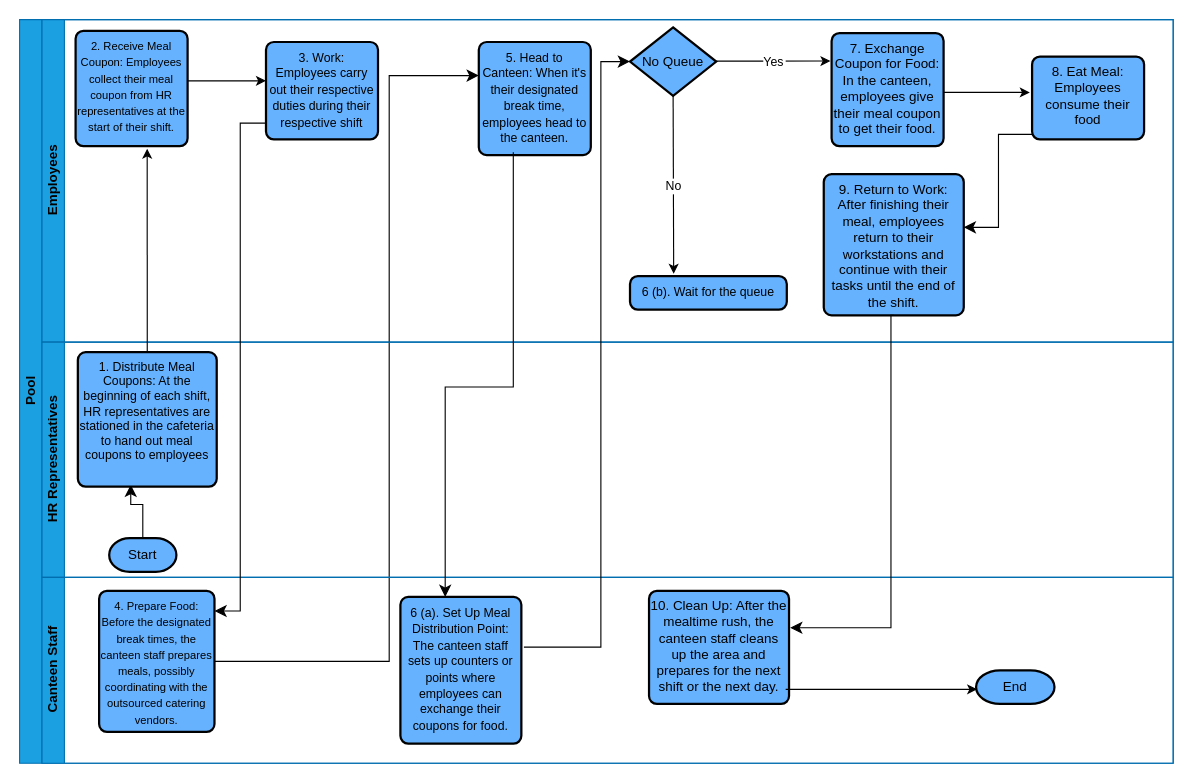
dboesono/Personal-Website keeps this draw.io diagram as page "as_is" (3 of 5) of Untitled Diagram.drawio. Above is the earlier version. Source tidied: cells renumbered, new cells numbered last; positions are measured from the earlier drawing's top-left corner, leaving out a move shared by most shapes. Both pictures are drawn from the tidied source at 112%, with x=0, y=0 at pixel (19, 19).
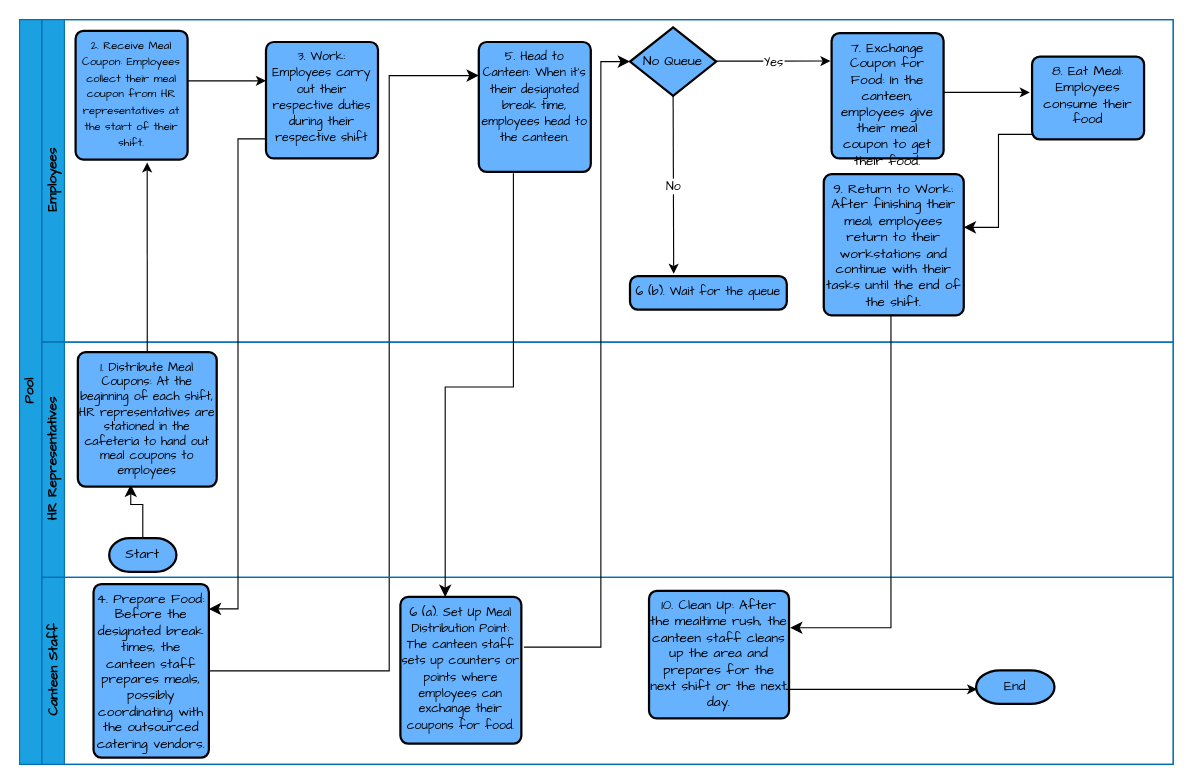
The same diagram, later.

Change to the diagram source:
```diff
@@
-    <mxCell id="2" value="&lt;font color=&quot;#000000&quot;&gt;Pool&lt;br&gt;&lt;/font&gt;" style="swimlane;html=1;horizontal=0;startSize=20;fillColor=#1ba1e2;fontColor=#ffffff;strokeColor=#006EAF;" parent="1" vertex="1">
-      <mxGeometry width="1030" height="664" as="geometry" />
+    <mxCell id="2" value="&lt;font color=&quot;#000000&quot;&gt;Pool&lt;br&gt;&lt;/font&gt;" style="swimlane;html=1;horizontal=0;startSize=20;fillColor=#1ba1e2;fontColor=#ffffff;strokeColor=#006EAF;fontFamily=Comic Sans MS;" parent="1" vertex="1">
+      <mxGeometry width="1030" height="665" as="geometry" />
     </mxCell>
-    <mxCell id="3" value="&lt;font color=&quot;#000000&quot;&gt;&lt;span style=&quot;font-size: 12px;&quot;&gt;Employees&lt;br&gt;&lt;/span&gt;&lt;/font&gt;" style="swimlane;html=1;startSize=20;horizontal=0;fillColor=#1ba1e2;strokeColor=#006EAF;fontColor=#ffffff;fontSize=8;fillStyle=auto;" parent="2" vertex="1">
+    <mxCell id="3" value="&lt;font color=&quot;#000000&quot;&gt;&lt;span style=&quot;font-size: 12px;&quot;&gt;Employees&lt;br&gt;&lt;/span&gt;&lt;/font&gt;" style="swimlane;html=1;startSize=20;horizontal=0;fillColor=#1ba1e2;strokeColor=#006EAF;fontColor=#ffffff;fontSize=8;fillStyle=auto;fontFamily=Comic Sans MS;" parent="2" vertex="1">
       <mxGeometry x="20" width="1010" height="288" as="geometry" />
     </mxCell>
-    <mxCell id="4" value="&lt;font style=&quot;font-size: 10px;&quot;&gt;2.&amp;nbsp;Receive Meal Coupon: Employees collect their meal coupon from HR representatives at the start of their shift.&lt;/font&gt;" style="rounded=1;whiteSpace=wrap;html=1;absoluteArcSize=1;arcSize=14;strokeWidth=2;align=center;verticalAlign=top;fillColor=#66B2FF;" parent="3" vertex="1">
-      <mxGeometry x="30" y="10" width="100" height="103" as="geometry" />
+    <mxCell id="4" value="&lt;font style=&quot;font-size: 10px;&quot;&gt;2.&amp;nbsp;Receive Meal Coupon: Employees collect their meal coupon from HR representatives at the start of their shift.&lt;/font&gt;" style="rounded=1;whiteSpace=wrap;html=1;absoluteArcSize=1;arcSize=14;strokeWidth=2;align=center;verticalAlign=top;fillColor=#66B2FF;fontFamily=Comic Sans MS;" parent="3" vertex="1">
+      <mxGeometry x="30" y="10" width="100" height="115" as="geometry" />
     </mxCell>
-    <mxCell id="5" style="endArrow=classic;html=1;rounded=0;strokeColor=#000000;" parent="3" edge="1">
+    <mxCell id="5" style="endArrow=classic;html=1;rounded=0;strokeColor=#000000;fontFamily=Comic Sans MS;" parent="3" edge="1">
       <mxGeometry relative="1" as="geometry">
         <mxPoint x="130" y="54.7" as="sourcePoint" />
         <mxPoint x="200" y="54.7" as="targetPoint" />
       </mxGeometry>
     </mxCell>
-    <mxCell id="6" value="&lt;font style=&quot;font-size: 11px;&quot;&gt;3. Work: Employees carry out their respective duties during their respective shift&lt;/font&gt;" style="rounded=1;whiteSpace=wrap;html=1;absoluteArcSize=1;arcSize=14;strokeWidth=2;align=center;verticalAlign=top;fillColor=#66B2FF;" parent="3" vertex="1">
-      <mxGeometry x="200" y="20" width="100" height="87" as="geometry" />
+    <mxCell id="6" value="&lt;font style=&quot;font-size: 11px;&quot;&gt;3. Work: Employees carry out their respective duties during their respective shift&lt;/font&gt;" style="rounded=1;whiteSpace=wrap;html=1;absoluteArcSize=1;arcSize=14;strokeWidth=2;align=center;verticalAlign=top;fillColor=#66B2FF;fontFamily=Comic Sans MS;" parent="3" vertex="1">
+      <mxGeometry x="200" y="20" width="100" height="104" as="geometry" />
     </mxCell>
-    <mxCell id="7" style="edgeStyle=elbowEdgeStyle;elbow=horizontal;endArrow=classic;html=1;curved=0;rounded=0;endSize=8;startSize=8;strokeColor=#000000;" parent="3" edge="1" source="26">
+    <mxCell id="7" style="edgeStyle=elbowEdgeStyle;elbow=horizontal;endArrow=classic;html=1;curved=0;rounded=0;endSize=8;startSize=8;strokeColor=#000000;fontFamily=Comic Sans MS;" parent="3" edge="1" source="26">
       <mxGeometry relative="1" as="geometry">
         <mxPoint x="390" y="50" as="targetPoint" />
         <Array as="points">
           <mxPoint x="310" y="230" />
         </Array>
       </mxGeometry>
     </mxCell>
-    <mxCell id="8" value="&lt;font style=&quot;font-size: 11px;&quot;&gt;5.&amp;nbsp;Head to Canteen: When it's their designated break time, employees head to the canteen.&lt;/font&gt;" style="rounded=1;whiteSpace=wrap;html=1;absoluteArcSize=1;arcSize=14;strokeWidth=2;align=center;verticalAlign=top;fillColor=#66B2FF;" parent="3" vertex="1">
-      <mxGeometry x="390" y="20" width="100" height="101" as="geometry" />
+    <mxCell id="8" value="&lt;font style=&quot;font-size: 11px;&quot;&gt;5.&amp;nbsp;Head to Canteen: When it's their designated break time, employees head to the canteen.&lt;/font&gt;" style="rounded=1;whiteSpace=wrap;html=1;absoluteArcSize=1;arcSize=14;strokeWidth=2;align=center;verticalAlign=top;fillColor=#66B2FF;fontFamily=Comic Sans MS;" parent="3" vertex="1">
+      <mxGeometry x="390" y="20" width="100" height="116" as="geometry" />
     </mxCell>
-    <mxCell id="9" value="No Queue" style="strokeWidth=2;html=1;shape=mxgraph.flowchart.decision;whiteSpace=wrap;fillColor=#66B2FF;" parent="3" vertex="1">
+    <mxCell id="9" value="No Queue" style="strokeWidth=2;html=1;shape=mxgraph.flowchart.decision;whiteSpace=wrap;fillColor=#66B2FF;fontFamily=Comic Sans MS;" parent="3" vertex="1">
       <mxGeometry x="525" y="7" width="77" height="61" as="geometry" />
     </mxCell>
-    <mxCell id="10" value="&lt;font style=&quot;font-size: 11px;&quot;&gt;6 (b). Wait for the queue&lt;/font&gt;" style="rounded=1;whiteSpace=wrap;html=1;absoluteArcSize=1;arcSize=14;strokeWidth=2;align=center;verticalAlign=top;fillColor=#66B2FF;" parent="3" vertex="1">
+    <mxCell id="10" value="&lt;font style=&quot;font-size: 11px;&quot;&gt;6 (b). Wait for the queue&lt;/font&gt;" style="rounded=1;whiteSpace=wrap;html=1;absoluteArcSize=1;arcSize=14;strokeWidth=2;align=center;verticalAlign=top;fillColor=#66B2FF;fontFamily=Comic Sans MS;" parent="3" vertex="1">
       <mxGeometry x="525" y="229" width="140" height="30" as="geometry" />
     </mxCell>
-    <mxCell id="11" style="endArrow=classic;html=1;rounded=0;strokeColor=#000000;exitX=0.5;exitY=1;exitDx=0;exitDy=0;exitPerimeter=0;" parent="3" edge="1">
+    <mxCell id="11" style="endArrow=classic;html=1;rounded=0;strokeColor=#000000;exitX=0.5;exitY=1;exitDx=0;exitDy=0;exitPerimeter=0;fontFamily=Comic Sans MS;" parent="3" edge="1">
       <mxGeometry relative="1" as="geometry">
         <mxPoint x="602" y="37.1" as="sourcePoint" />
         <mxPoint x="704" y="37" as="targetPoint" />
       </mxGeometry>
     </mxCell>
-    <mxCell id="12" value="Yes" style="edgeLabel;align=center;verticalAlign=middle;labelBorderColor=none;labelBackgroundColor=#FFFFFF;fontColor=#000000;" parent="11" vertex="1">
+    <mxCell id="12" value="Yes" style="edgeLabel;align=center;verticalAlign=middle;labelBorderColor=none;labelBackgroundColor=#FFFFFF;fontColor=#000000;fontFamily=Comic Sans MS;" parent="11" vertex="1">
       <mxGeometry relative="1" as="geometry" />
     </mxCell>
-    <mxCell id="13" value="7.&amp;nbsp;Exchange Coupon for Food: In the canteen, employees give their meal coupon to get their food." style="rounded=1;whiteSpace=wrap;html=1;absoluteArcSize=1;arcSize=14;strokeWidth=2;align=center;verticalAlign=top;fillColor=#66B2FF;" parent="3" vertex="1">
-      <mxGeometry x="705" y="12" width="100" height="101" as="geometry" />
+    <mxCell id="13" value="7.&amp;nbsp;Exchange Coupon for Food: In the canteen, employees give their meal coupon to get their food." style="rounded=1;whiteSpace=wrap;html=1;absoluteArcSize=1;arcSize=14;strokeWidth=2;align=center;verticalAlign=top;fillColor=#66B2FF;fontFamily=Comic Sans MS;" parent="3" vertex="1">
+      <mxGeometry x="705" y="12" width="100" height="112" as="geometry" />
     </mxCell>
-    <mxCell id="14" style="endArrow=classic;html=1;rounded=0;strokeColor=#000000;" parent="3" edge="1">
+    <mxCell id="14" style="endArrow=classic;html=1;rounded=0;strokeColor=#000000;fontFamily=Comic Sans MS;" parent="3" edge="1">
       <mxGeometry relative="1" as="geometry">
         <mxPoint x="805" y="65" as="sourcePoint" />
         <mxPoint x="882" y="65" as="targetPoint" />
       </mxGeometry>
     </mxCell>
-    <mxCell id="15" value="8. Eat Meal:&lt;br&gt;Employees consume their food" style="rounded=1;whiteSpace=wrap;html=1;absoluteArcSize=1;arcSize=14;strokeWidth=2;align=center;verticalAlign=top;fillColor=#66B2FF;" parent="3" vertex="1">
+    <mxCell id="15" value="8. Eat Meal:&lt;br&gt;Employees consume their food" style="rounded=1;whiteSpace=wrap;html=1;absoluteArcSize=1;arcSize=14;strokeWidth=2;align=center;verticalAlign=top;fillColor=#66B2FF;fontFamily=Comic Sans MS;" parent="3" vertex="1">
       <mxGeometry x="884" y="33" width="100" height="74" as="geometry" />
     </mxCell>
-    <mxCell id="16" style="edgeStyle=elbowEdgeStyle;elbow=horizontal;endArrow=classic;html=1;curved=0;rounded=0;endSize=8;startSize=8;strokeColor=#000000;" parent="3" edge="1">
+    <mxCell id="16" style="edgeStyle=elbowEdgeStyle;elbow=horizontal;endArrow=classic;html=1;curved=0;rounded=0;endSize=8;startSize=8;strokeColor=#000000;fontFamily=Comic Sans MS;" parent="3" edge="1">
       <mxGeometry relative="1" as="geometry">
         <mxPoint x="884" y="102.5" as="sourcePoint" />
         <mxPoint x="823" y="185.5" as="targetPoint" />
       </mxGeometry>
     </mxCell>
-    <mxCell id="17" value="9.&amp;nbsp;Return to Work: After finishing their meal, employees return to their workstations and continue with their tasks until the end of the shift." style="rounded=1;whiteSpace=wrap;html=1;absoluteArcSize=1;arcSize=14;strokeWidth=2;align=center;verticalAlign=top;fillColor=#66B2FF;" parent="3" vertex="1">
+    <mxCell id="17" value="9.&amp;nbsp;Return to Work: After finishing their meal, employees return to their workstations and continue with their tasks until the end of the shift." style="rounded=1;whiteSpace=wrap;html=1;absoluteArcSize=1;arcSize=14;strokeWidth=2;align=center;verticalAlign=top;fillColor=#66B2FF;fontFamily=Comic Sans MS;" parent="3" vertex="1">
       <mxGeometry x="698" y="138" width="125" height="126" as="geometry" />
     </mxCell>
-    <mxCell id="18" value="&lt;font color=&quot;#000000&quot;&gt;HR Representatives&lt;/font&gt;" style="swimlane;html=1;startSize=20;horizontal=0;fontSize=12;fillColor=#1ba1e2;fontColor=#ffffff;strokeColor=#006EAF;" parent="2" vertex="1">
+    <mxCell id="18" value="&lt;font color=&quot;#000000&quot;&gt;HR Representatives&lt;/font&gt;" style="swimlane;html=1;startSize=20;horizontal=0;fontSize=12;fillColor=#1ba1e2;fontColor=#ffffff;strokeColor=#006EAF;fontFamily=Comic Sans MS;" parent="2" vertex="1">
       <mxGeometry x="20" y="288" width="1010" height="210" as="geometry" />
     </mxCell>
-    <mxCell id="19" value="Start" style="strokeWidth=2;html=1;shape=mxgraph.flowchart.terminator;whiteSpace=wrap;fillStyle=solid;fillColor=#66B2FF;" parent="18" vertex="1">
+    <mxCell id="19" value="Start" style="strokeWidth=2;html=1;shape=mxgraph.flowchart.terminator;whiteSpace=wrap;fillStyle=solid;fillColor=#66B2FF;fontFamily=Comic Sans MS;" parent="18" vertex="1">
       <mxGeometry x="60" y="175" width="60" height="30" as="geometry" />
     </mxCell>
-    <mxCell id="20" style="edgeStyle=elbowEdgeStyle;elbow=vertical;endArrow=classic;html=1;curved=0;rounded=0;endSize=8;startSize=8;strokeColor=#000000;entryX=0.381;entryY=0.986;entryDx=0;entryDy=0;entryPerimeter=0;exitX=0.5;exitY=0;exitDx=0;exitDy=0;exitPerimeter=0;" parent="18" edge="1" source="19" target="21">
+    <mxCell id="20" style="edgeStyle=elbowEdgeStyle;elbow=vertical;endArrow=classic;html=1;curved=0;rounded=0;endSize=8;startSize=8;strokeColor=#000000;entryX=0.381;entryY=0.986;entryDx=0;entryDy=0;entryPerimeter=0;exitX=0.5;exitY=0;exitDx=0;exitDy=0;exitPerimeter=0;fontFamily=Comic Sans MS;" parent="18" edge="1" source="19" target="21">
       <mxGeometry relative="1" as="geometry">
         <Array as="points">
           <mxPoint x="70" y="145" />
         </Array>
       </mxGeometry>
     </mxCell>
-    <mxCell id="21" value="&lt;font style=&quot;font-size: 11px;&quot;&gt;1. Distribute Meal Coupons: At the beginning of each shift, HR representatives are stationed in the cafeteria to hand out meal coupons to employees&lt;/font&gt;" style="rounded=1;whiteSpace=wrap;html=1;absoluteArcSize=1;arcSize=14;strokeWidth=2;align=center;horizontal=1;verticalAlign=top;fontSize=8;fillColor=#66B2FF;" parent="18" vertex="1">
+    <mxCell id="21" value="&lt;font style=&quot;font-size: 11px;&quot;&gt;1. Distribute Meal Coupons: At the beginning of each shift, HR representatives are stationed in the cafeteria to hand out meal coupons to employees&lt;/font&gt;" style="rounded=1;whiteSpace=wrap;html=1;absoluteArcSize=1;arcSize=14;strokeWidth=2;align=center;horizontal=1;verticalAlign=top;fontSize=8;fillColor=#66B2FF;fontFamily=Comic Sans MS;" parent="18" vertex="1">
       <mxGeometry x="32" y="9" width="124" height="120" as="geometry" />
     </mxCell>
-    <mxCell id="22" style="endArrow=classic;html=1;rounded=0;strokeColor=#000000;exitX=0.5;exitY=1;exitDx=0;exitDy=0;exitPerimeter=0;" parent="18" edge="1" source="9">
+    <mxCell id="22" style="endArrow=classic;html=1;rounded=0;strokeColor=#000000;exitX=0.5;exitY=1;exitDx=0;exitDy=0;exitPerimeter=0;fontFamily=Comic Sans MS;" parent="18" edge="1" source="9">
       <mxGeometry relative="1" as="geometry">
         <mxPoint x="564" y="-61" as="targetPoint" />
       </mxGeometry>
     </mxCell>
-    <mxCell id="23" value="No" style="edgeLabel;align=center;verticalAlign=middle;labelBorderColor=none;labelBackgroundColor=#FFFFFF;fontColor=#000000;" parent="22" vertex="1">
+    <mxCell id="23" value="No" style="edgeLabel;align=center;verticalAlign=middle;labelBorderColor=none;labelBackgroundColor=#FFFFFF;fontColor=#000000;fontFamily=Comic Sans MS;" parent="22" vertex="1">
       <mxGeometry relative="1" as="geometry" />
     </mxCell>
-    <mxCell id="24" value="&lt;font color=&quot;#000000&quot;&gt;Canteen Staff&lt;/font&gt;" style="swimlane;html=1;startSize=20;horizontal=0;fillColor=#1ba1e2;fontColor=#ffffff;strokeColor=#006EAF;" parent="2" vertex="1">
-      <mxGeometry x="20" y="498" width="1010" height="166" as="geometry" />
+    <mxCell id="24" value="&lt;font color=&quot;#000000&quot;&gt;Canteen Staff&lt;/font&gt;" style="swimlane;html=1;startSize=20;horizontal=0;fillColor=#1ba1e2;fontColor=#ffffff;strokeColor=#006EAF;fontFamily=Comic Sans MS;" parent="2" vertex="1">
+      <mxGeometry x="20" y="498" width="1010" height="167" as="geometry" />
     </mxCell>
-    <mxCell id="25" value="End" style="strokeWidth=2;html=1;shape=mxgraph.flowchart.terminator;whiteSpace=wrap;fillColor=#66B2FF;" parent="24" vertex="1">
+    <mxCell id="25" value="End" style="strokeWidth=2;html=1;shape=mxgraph.flowchart.terminator;whiteSpace=wrap;fillColor=#66B2FF;fontFamily=Comic Sans MS;" parent="24" vertex="1">
       <mxGeometry x="834" y="83" width="70" height="30" as="geometry" />
     </mxCell>
-    <mxCell id="26" value="&lt;font style=&quot;font-size: 10px;&quot;&gt;4. Prepare Food: Before the designated break times, the canteen staff prepares meals, possibly coordinating with the outsourced catering vendors.&lt;/font&gt;" style="rounded=1;whiteSpace=wrap;html=1;absoluteArcSize=1;arcSize=14;strokeWidth=2;align=center;verticalAlign=top;fillColor=#66B2FF;" parent="24" vertex="1">
-      <mxGeometry x="51" y="12" width="103" height="126" as="geometry" />
+    <mxCell id="26" value="&lt;font style=&quot;font-size: 12px;&quot;&gt;4. Prepare Food: Before the designated break times, the canteen staff prepares meals, possibly coordinating with the outsourced catering vendors.&lt;/font&gt;" style="rounded=1;whiteSpace=wrap;html=1;absoluteArcSize=1;arcSize=14;strokeWidth=2;align=center;verticalAlign=top;fillColor=#66B2FF;fontFamily=Comic Sans MS;" parent="24" vertex="1">
+      <mxGeometry x="46" y="6" width="103" height="155" as="geometry" />
     </mxCell>
-    <mxCell id="27" value="&lt;font style=&quot;font-size: 11px;&quot;&gt;6 (a). Set Up Meal Distribution Point: The canteen staff sets up counters or points where employees can exchange their coupons for food.&lt;/font&gt;" style="rounded=1;whiteSpace=wrap;html=1;absoluteArcSize=1;arcSize=14;strokeWidth=2;align=center;verticalAlign=top;fillColor=#66B2FF;" parent="24" vertex="1">
+    <mxCell id="27" value="&lt;font style=&quot;font-size: 11px;&quot;&gt;6 (a). Set Up Meal Distribution Point: The canteen staff sets up counters or points where employees can exchange their coupons for food.&lt;/font&gt;" style="rounded=1;whiteSpace=wrap;html=1;absoluteArcSize=1;arcSize=14;strokeWidth=2;align=center;verticalAlign=top;fillColor=#66B2FF;fontFamily=Comic Sans MS;" parent="24" vertex="1">
       <mxGeometry x="320" y="17.5" width="108" height="131" as="geometry" />
     </mxCell>
-    <mxCell id="28" style="edgeStyle=elbowEdgeStyle;elbow=horizontal;endArrow=classic;html=1;curved=0;rounded=0;endSize=8;startSize=8;strokeColor=#000000;exitX=0.5;exitY=1;exitDx=0;exitDy=0;" parent="24" edge="1" source="17">
+    <mxCell id="28" style="edgeStyle=elbowEdgeStyle;elbow=horizontal;endArrow=classic;html=1;curved=0;rounded=0;endSize=8;startSize=8;strokeColor=#000000;exitX=0.5;exitY=1;exitDx=0;exitDy=0;fontFamily=Comic Sans MS;" parent="24" edge="1" source="17">
       <mxGeometry relative="1" as="geometry">
         <mxPoint x="668" y="45" as="targetPoint" />
         <Array as="points">
           <mxPoint x="758" y="14" />
         </Array>
       </mxGeometry>
     </mxCell>
-    <mxCell id="29" value="10.&amp;nbsp;Clean Up: After the mealtime rush, the canteen staff cleans up the area and prepares for the next shift or the next day." style="rounded=1;whiteSpace=wrap;html=1;absoluteArcSize=1;arcSize=14;strokeWidth=2;align=center;verticalAlign=top;fillColor=#66B2FF;" parent="24" vertex="1">
-      <mxGeometry x="542" y="12" width="125" height="101" as="geometry" />
+    <mxCell id="29" value="10.&amp;nbsp;Clean Up: After the mealtime rush, the canteen staff cleans up the area and prepares for the next shift or the next day." style="rounded=1;whiteSpace=wrap;html=1;absoluteArcSize=1;arcSize=14;strokeWidth=2;align=center;verticalAlign=top;fillColor=#66B2FF;fontFamily=Comic Sans MS;" parent="24" vertex="1">
+      <mxGeometry x="542" y="12" width="125" height="114" as="geometry" />
     </mxCell>
-    <mxCell id="30" style="endArrow=classic;html=1;rounded=0;strokeColor=#000000;" parent="24" edge="1">
+    <mxCell id="30" style="endArrow=classic;html=1;rounded=0;strokeColor=#000000;fontFamily=Comic Sans MS;" parent="24" edge="1">
       <mxGeometry relative="1" as="geometry">
         <mxPoint x="664" y="100" as="sourcePoint" />
         <mxPoint x="835" y="100" as="targetPoint" />
       </mxGeometry>
     </mxCell>
-    <mxCell id="31" style="edgeStyle=elbowEdgeStyle;elbow=horizontal;endArrow=classic;html=1;curved=0;rounded=0;endSize=8;startSize=8;exitX=1.021;exitY=0.342;exitDx=0;exitDy=0;exitPerimeter=0;strokeColor=#000000;entryX=0;entryY=0.5;entryDx=0;entryDy=0;entryPerimeter=0;" parent="2" edge="1" source="27" target="9">
+    <mxCell id="31" style="edgeStyle=elbowEdgeStyle;elbow=horizontal;endArrow=classic;html=1;curved=0;rounded=0;endSize=8;startSize=8;exitX=1.021;exitY=0.342;exitDx=0;exitDy=0;exitPerimeter=0;strokeColor=#000000;entryX=0;entryY=0.5;entryDx=0;entryDy=0;entryPerimeter=0;fontFamily=Comic Sans MS;" parent="2" edge="1" source="27" target="9">
       <mxGeometry relative="1" as="geometry">
         <Array as="points">
           <mxPoint x="519" y="115" />
         </Array>
       </mxGeometry>
     </mxCell>
-    <mxCell id="32" style="endArrow=classic;html=1;rounded=0;strokeColor=#000000;exitX=0.5;exitY=0;exitDx=0;exitDy=0;entryX=0.639;entryY=1.022;entryDx=0;entryDy=0;entryPerimeter=0;" parent="2" edge="1" source="21" target="4">
+    <mxCell id="32" style="endArrow=classic;html=1;rounded=0;strokeColor=#000000;exitX=0.5;exitY=0;exitDx=0;exitDy=0;entryX=0.639;entryY=1.022;entryDx=0;entryDy=0;entryPerimeter=0;fontFamily=Comic Sans MS;" parent="2" edge="1" source="21" target="4">
       <mxGeometry relative="1" as="geometry" />
     </mxCell>
-    <mxCell id="33" style="edgeStyle=elbowEdgeStyle;elbow=horizontal;endArrow=classic;html=1;curved=0;rounded=0;endSize=8;startSize=8;strokeColor=#000000;exitX=0.002;exitY=0.832;exitDx=0;exitDy=0;exitPerimeter=0;entryX=1;entryY=0.143;entryDx=0;entryDy=0;entryPerimeter=0;" parent="2" edge="1" source="6" target="26">
+    <mxCell id="33" style="edgeStyle=elbowEdgeStyle;elbow=horizontal;endArrow=classic;html=1;curved=0;rounded=0;endSize=8;startSize=8;strokeColor=#000000;exitX=0.002;exitY=0.832;exitDx=0;exitDy=0;exitPerimeter=0;entryX=1;entryY=0.143;entryDx=0;entryDy=0;entryPerimeter=0;fontFamily=Comic Sans MS;" parent="2" edge="1" source="6" target="26">
       <mxGeometry relative="1" as="geometry" />
     </mxCell>
-    <mxCell id="34" style="edgeStyle=segmentEdgeStyle;endArrow=classic;html=1;curved=0;rounded=0;endSize=8;startSize=8;strokeColor=#000000;exitX=0.308;exitY=0.974;exitDx=0;exitDy=0;exitPerimeter=0;" parent="2" edge="1" source="8" target="27">
+    <mxCell id="34" style="edgeStyle=segmentEdgeStyle;endArrow=classic;html=1;curved=0;rounded=0;endSize=8;startSize=8;strokeColor=#000000;exitX=0.309;exitY=1.01;exitDx=0;exitDy=0;exitPerimeter=0;fontFamily=Comic Sans MS;" parent="2" edge="1" source="8" target="27">
       <mxGeometry relative="1" as="geometry">
         <Array as="points">
           <mxPoint x="441" y="328" />
           <mxPoint x="380" y="328" />
         </Array>
       </mxGeometry>
     </mxCell>
```
